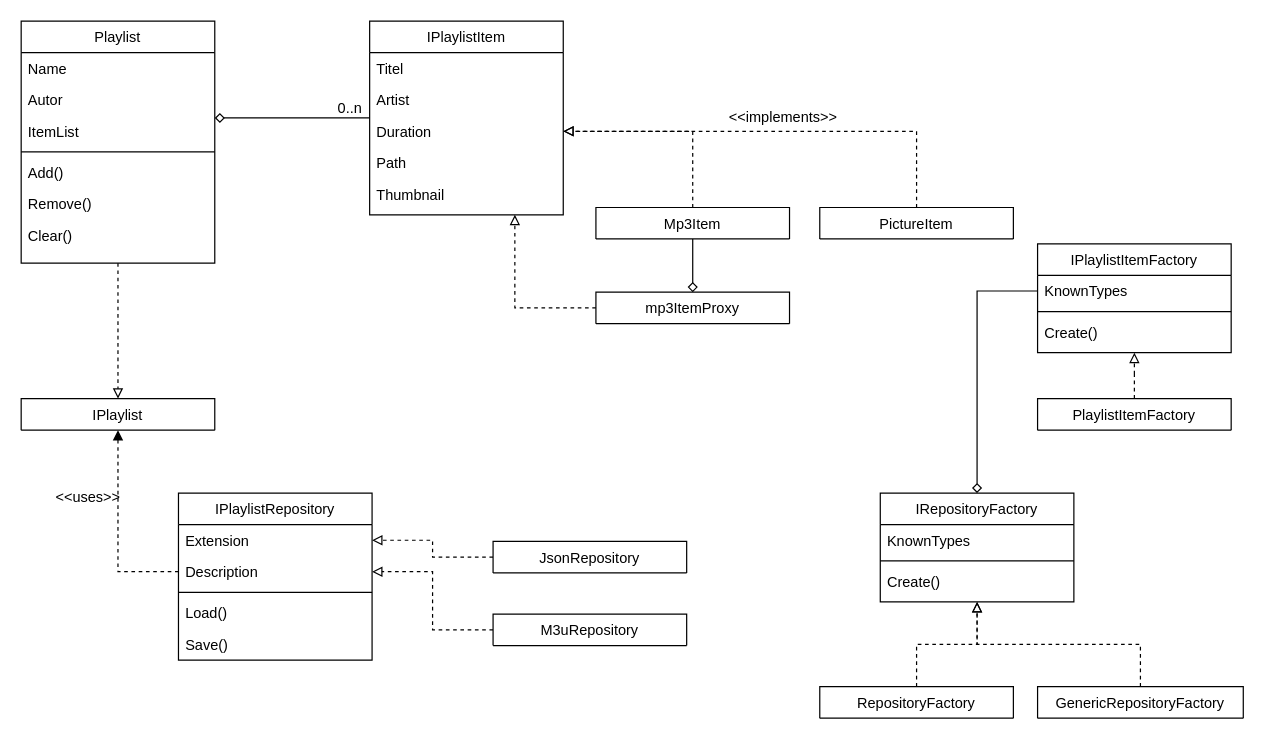
Before: page "SolutionClasses" (2 of 4) of src/Wifi.PlaylistEditor.Repositories.MongoDb/20201103_PlaylistEditor.drawio in atillakati/sw_developer_2020_Atilla, a draw.io diagram. Source tidied: cells renumbered, new cells numbered last; positions are measured from the earlier drawing's top-left corner, leaving out a move shared by most shapes. Both pictures are drawn from the tidied source at 121%, with x=0, y=0 at pixel (21, 21).
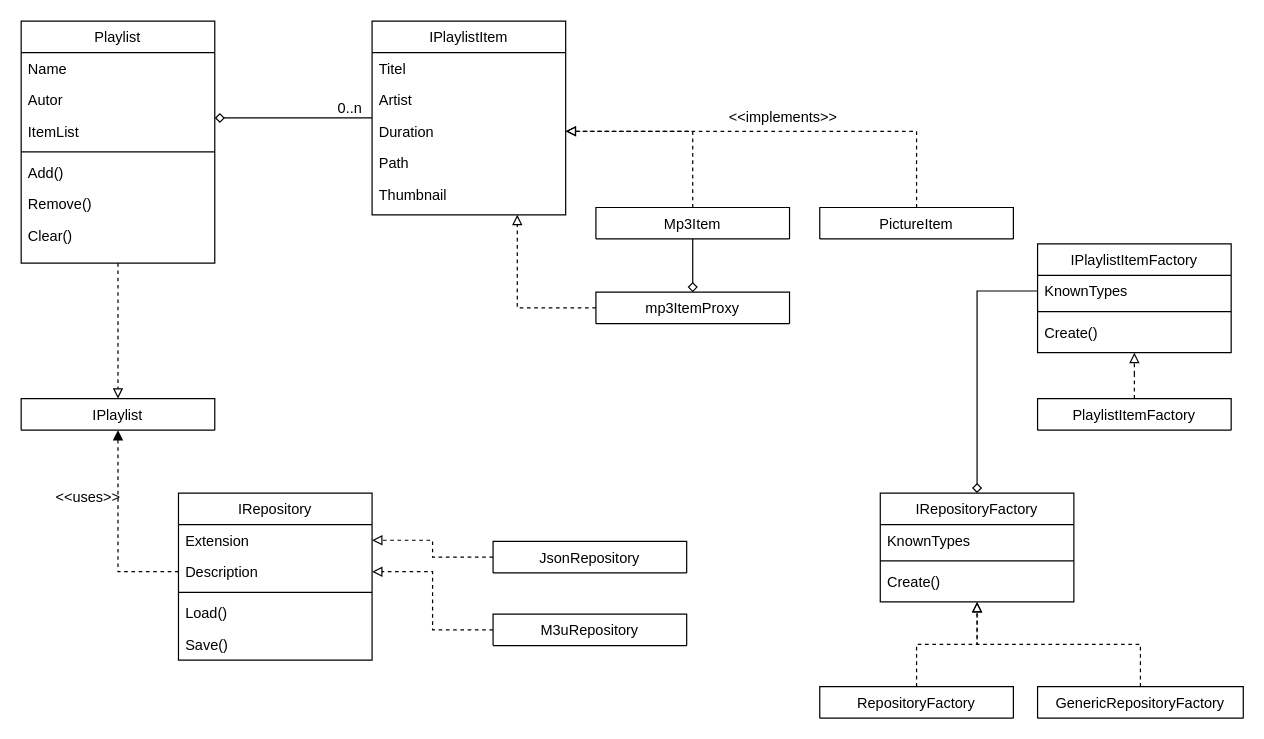
After the change.

Commit message (it also covers changes not shown here):
Define IRepository type, update docu

Change to the diagram source:
```diff
@@
     <mxCell id="22" value="IPlaylistItem" style="swimlane;fontStyle=0;align=center;verticalAlign=top;horizontal=1;startSize=26;rounded=0;shadow=0;strokeWidth=1;" parent="1" vertex="1">
-      <mxGeometry x="288" width="160" height="160" as="geometry" />
+      <mxGeometry x="290" width="160" height="160" as="geometry" />
     </mxCell>
@@
-    <mxCell id="28" value="IPlaylistRepository" style="swimlane;fontStyle=0;align=center;verticalAlign=top;horizontal=1;startSize=26;rounded=0;shadow=0;strokeWidth=1;" parent="1" vertex="1">
+    <mxCell id="28" value="IRepository" style="swimlane;fontStyle=0;align=center;verticalAlign=top;horizontal=1;startSize=26;rounded=0;shadow=0;strokeWidth=1;" parent="1" vertex="1">
       <mxGeometry x="130" y="390" width="160" height="138" as="geometry" />
     </mxCell>
```
